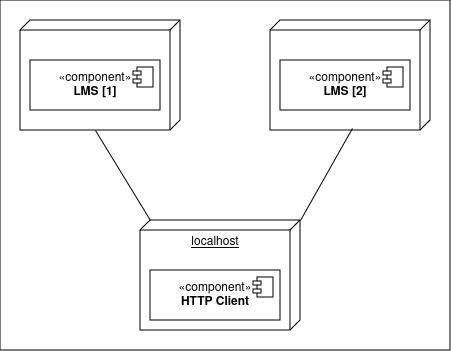
This is docs/Entrega1/nivel_1/N1-VF.png from AndreFon04/sidis_2024_3DB, a draw.io export, as it was before one commit. Source tidied: cells renumbered, new cells last; positions are measured from the earlier drawing's top-left corner, leaving out a move shared by most shapes.
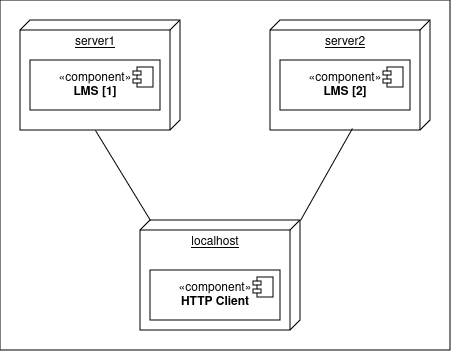
The same file after the commit.

Change to the diagram source:
```diff
@@ -5,7 +5,7 @@
     <mxCell id="2" style="rounded=0;whiteSpace=wrap;html=1;" parent="1" vertex="1">
       <mxGeometry width="450" height="350" as="geometry" />
     </mxCell>
-    <mxCell id="3" value="&lt;div align=&quot;center&quot;&gt;&lt;br&gt;&lt;/div&gt;&lt;div align=&quot;center&quot;&gt;&lt;br&gt;&lt;/div&gt;" style="verticalAlign=top;align=center;spacingTop=8;spacingLeft=2;spacingRight=12;shape=cube;size=10;direction=south;fontStyle=4;html=1;whiteSpace=wrap;" parent="1" vertex="1">
+    <mxCell id="3" value="server1" style="verticalAlign=top;align=center;spacingTop=8;spacingLeft=2;spacingRight=12;shape=cube;size=10;direction=south;fontStyle=4;html=1;whiteSpace=wrap;" parent="1" vertex="1">
       <mxGeometry x="20" y="20" width="160" height="110" as="geometry" />
     </mxCell>
     <mxCell id="4" value="«component»&lt;br&gt;&lt;b&gt;LMS [1]&lt;/b&gt;" style="html=1;whiteSpace=wrap;" parent="1" vertex="1">
@@ -16,7 +16,7 @@
         <mxPoint x="-27" y="7" as="offset" />
       </mxGeometry>
     </mxCell>
-    <mxCell id="6" value="&lt;div align=&quot;center&quot;&gt;&lt;br&gt;&lt;/div&gt;&lt;div align=&quot;center&quot;&gt;&lt;br&gt;&lt;/div&gt;" style="verticalAlign=top;align=center;spacingTop=8;spacingLeft=2;spacingRight=12;shape=cube;size=10;direction=south;fontStyle=4;html=1;whiteSpace=wrap;" parent="1" vertex="1">
+    <mxCell id="6" value="server2" style="verticalAlign=top;align=center;spacingTop=8;spacingLeft=2;spacingRight=12;shape=cube;size=10;direction=south;fontStyle=4;html=1;whiteSpace=wrap;" parent="1" vertex="1">
       <mxGeometry x="270" y="20" width="160" height="110" as="geometry" />
     </mxCell>
     <mxCell id="7" value="«component»&lt;br&gt;&lt;b&gt;LMS [2]&lt;/b&gt;" style="html=1;whiteSpace=wrap;" parent="1" vertex="1">
```
